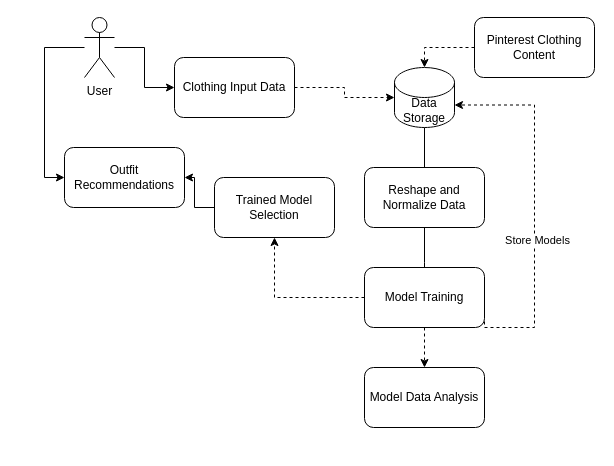
Above: Updated Flow Diagram.drawio in ZayBoyy/Wardrobe-Reccs-App (draw.io), before the change. Source tidied: cells renumbered, new cells numbered last; positions are measured from the earlier drawing's top-left corner, leaving out a move shared by most shapes. Both pictures are drawn from the tidied source at 100%, with x=0, y=0 at pixel (44, 17).
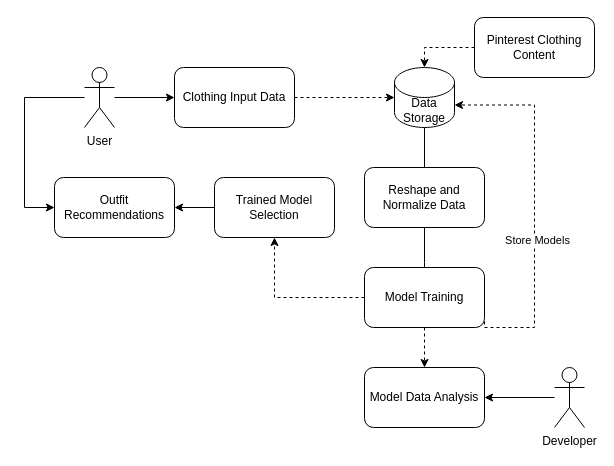
The same page after the edit.

Unchanged cells that the change refers to:
```xml
<mxCell id="21" value="Model Data Analysis" style="rounded=1;whiteSpace=wrap;html=1;" parent="1" vertex="1">
  <mxGeometry x="320" y="350" width="120" height="60" as="geometry" />
</mxCell>
```

Diff of the diagram source:
```diff
@@
     <mxCell id="3" value="Clothing Input Data" style="rounded=1;whiteSpace=wrap;html=1;" parent="1" vertex="1">
-      <mxGeometry x="130" y="40" width="120" height="60" as="geometry" />
+      <mxGeometry x="130" y="50" width="120" height="60" as="geometry" />
     </mxCell>
@@
     <mxCell id="15" value="Outfit Recommendations" style="rounded=1;whiteSpace=wrap;html=1;" parent="1" vertex="1">
-      <mxGeometry x="20" y="130" width="120" height="60" as="geometry" />
+      <mxGeometry x="10" y="160" width="120" height="60" as="geometry" />
     </mxCell>
@@
     <mxCell id="17" style="edgeStyle=orthogonalEdgeStyle;rounded=0;jettySize=auto;html=1;entryX=0;entryY=0.5;entryDx=0;entryDy=0;" parent="1" edge="1" source="18" target="15">
       <mxGeometry relative="1" as="geometry">
         <Array as="points">
-          <mxPoint y="30" />
-          <mxPoint y="160" />
+          <mxPoint x="-20" y="80" />
+          <mxPoint x="-20" y="190" />
         </Array>
       </mxGeometry>
     </mxCell>
     <mxCell id="18" value="User" style="shape=umlActor;verticalLabelPosition=bottom;verticalAlign=top;html=1;outlineConnect=0;" parent="1" vertex="1">
-      <mxGeometry x="40" width="30" height="60" as="geometry" />
+      <mxGeometry x="40" y="50" width="30" height="60" as="geometry" />
     </mxCell>
@@
+    <mxCell id="22" style="edgeStyle=orthogonalEdgeStyle;rounded=0;jettySize=auto;html=1;" parent="1" edge="1" source="23" target="21">
+      <mxGeometry relative="1" as="geometry" />
+    </mxCell>
+    <mxCell id="23" value="Developer" style="shape=umlActor;verticalLabelPosition=bottom;verticalAlign=top;html=1;outlineConnect=0;" parent="1" vertex="1">
+      <mxGeometry x="510" y="350" width="30" height="60" as="geometry" />
+    </mxCell>
```
